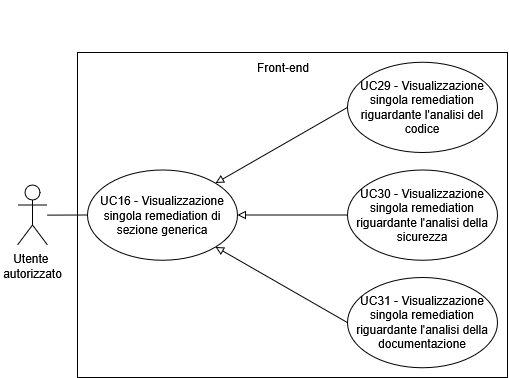
The draw.io diagram assets/diagrams/UC16.png in SkarabGroup/DocumentazioneProgetto, before a commit. Source tidied: cells renumbered, new cells last; positions are measured from the earlier drawing's top-left corner, leaving out a move shared by most shapes.
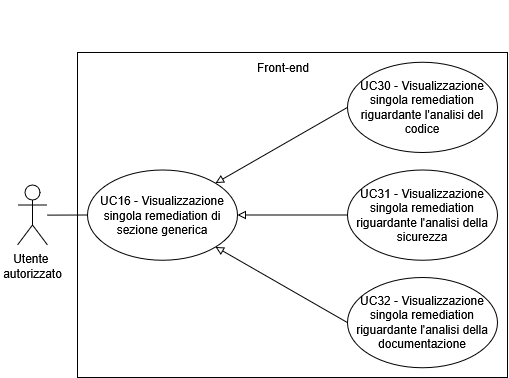
The same diagram one commit later.

The edit, as a diff of the source:
```diff
@@ -25,16 +25,16 @@
         <mxPoint y="45" as="targetPoint" />
       </mxGeometry>
     </mxCell>
-    <mxCell id="7" value="UC29 - Visualizzazione singola remediation riguardante l'analisi del codice" style="ellipse;whiteSpace=wrap;html=1;" parent="1" vertex="1">
+    <mxCell id="7" value="UC30 - Visualizzazione singola remediation riguardante l'analisi del codice" style="ellipse;whiteSpace=wrap;html=1;" parent="1" vertex="1">
       <mxGeometry x="340" y="54.8" width="150" height="90.2" as="geometry" />
     </mxCell>
-    <mxCell id="8" value="UC30 - Visualizzazione singola remediation riguardante l'analisi della sicurezza" style="ellipse;whiteSpace=wrap;html=1;" parent="1" vertex="1">
+    <mxCell id="8" value="UC31 - Visualizzazione singola remediation riguardante l'analisi della sicurezza" style="ellipse;whiteSpace=wrap;html=1;" parent="1" vertex="1">
       <mxGeometry x="340" y="162.4" width="150" height="90.2" as="geometry" />
     </mxCell>
     <mxCell id="9" value="Front-end" style="text;html=1;whiteSpace=wrap;strokeColor=none;fillColor=none;align=center;verticalAlign=middle;rounded=0;" parent="1" vertex="1">
       <mxGeometry x="246" y="45" width="60" height="30" as="geometry" />
     </mxCell>
-    <mxCell id="10" value="UC31 - Visualizzazione singola remediation riguardante l'analisi della documentazione" style="ellipse;whiteSpace=wrap;html=1;" parent="1" vertex="1">
+    <mxCell id="10" value="UC32 - Visualizzazione singola remediation riguardante l'analisi della documentazione" style="ellipse;whiteSpace=wrap;html=1;" parent="1" vertex="1">
       <mxGeometry x="340" y="270" width="150" height="90.2" as="geometry" />
     </mxCell>
     <mxCell id="11" value="&lt;div&gt;Utente&amp;nbsp;&lt;/div&gt;&lt;div&gt;autorizzato&lt;/div&gt;" style="shape=umlActor;verticalLabelPosition=bottom;verticalAlign=top;html=1;" parent="1" vertex="1">
```
